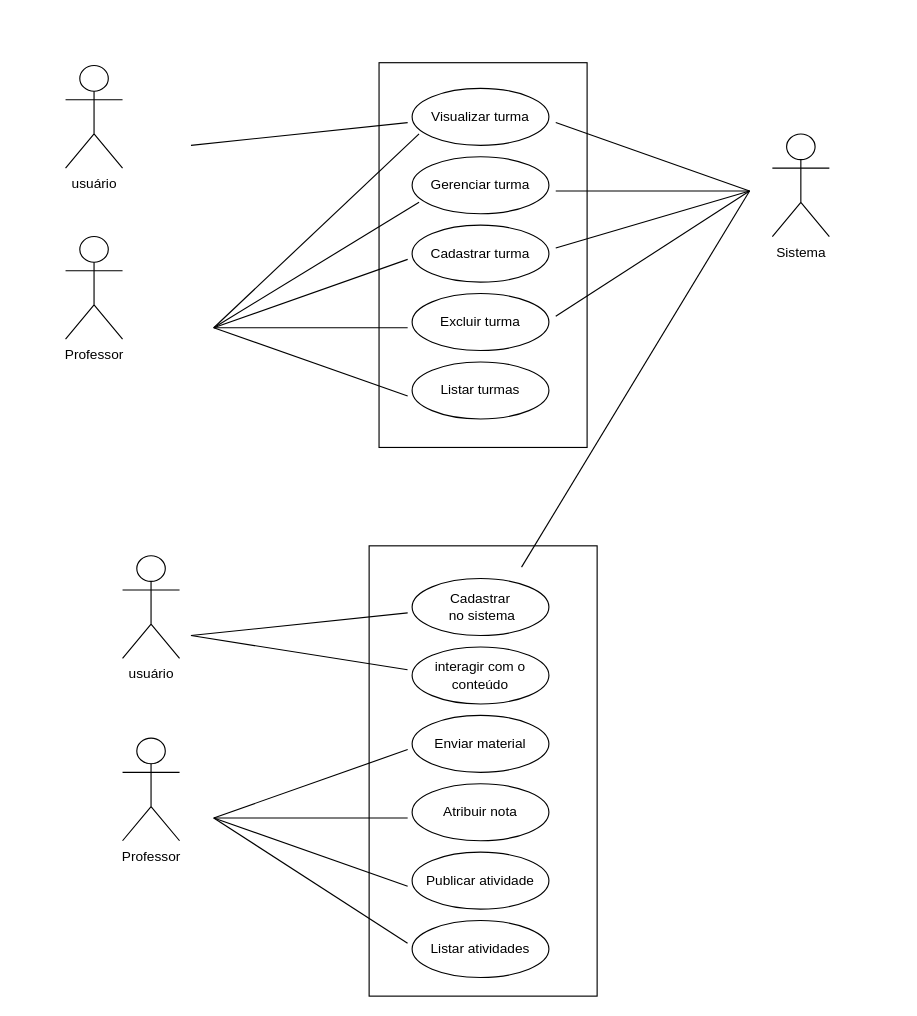
Above: page "Página-1" (1 of 2) of Diagrama sem nome.drawio in Marialeticia06/tutorial-crud-api (draw.io), before the change. Source tidied: cells renumbered, new cells numbered last; positions are measured from the earlier drawing's top-left corner, leaving out a move shared by most shapes. Both pictures are drawn from the tidied source at 114%, with x=0, y=0 at pixel (65, 65).
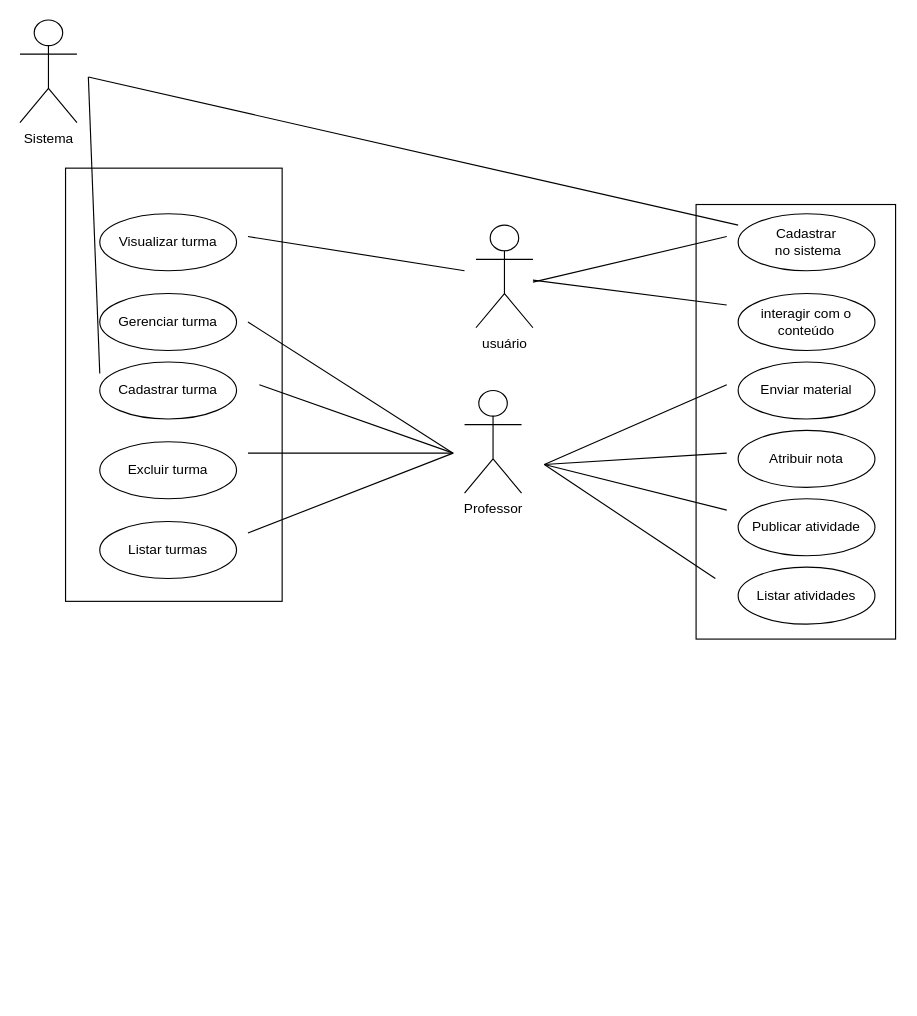
The same page after the edit.

Diff of the diagram source:
```diff
@@
     <mxCell id="2" value="&lt;div style=&quot;&quot;&gt;&lt;br&gt;&lt;/div&gt;&lt;div style=&quot;&quot;&gt;Visualizar turma&lt;/div&gt;&lt;div style=&quot;&quot;&gt;&lt;br&gt;&lt;/div&gt;" style="ellipse;whiteSpace=wrap;html=1;fillColor=none;align=center;" parent="1" vertex="1">
-      <mxGeometry x="304" y="20" width="120" height="50" as="geometry" />
+      <mxGeometry x="30" y="130" width="120" height="50" as="geometry" />
     </mxCell>
     <mxCell id="3" value="&lt;div style=&quot;&quot;&gt;&lt;span style=&quot;background-color: initial;&quot;&gt;Gerenciar turma&lt;/span&gt;&lt;br&gt;&lt;/div&gt;" style="ellipse;whiteSpace=wrap;html=1;fillColor=none;align=center;" parent="1" vertex="1">
-      <mxGeometry x="304" y="80" width="120" height="50" as="geometry" />
+      <mxGeometry x="30" y="200" width="120" height="50" as="geometry" />
     </mxCell>
     <mxCell id="4" value="&lt;div style=&quot;&quot;&gt;&lt;font&gt;Cadastrar turma&lt;/font&gt;&lt;br&gt;&lt;/div&gt;" style="ellipse;whiteSpace=wrap;html=1;fillColor=none;align=center;" parent="1" vertex="1">
-      <mxGeometry x="304" y="140" width="120" height="50" as="geometry" />
+      <mxGeometry x="30" y="260" width="120" height="50" as="geometry" />
     </mxCell>
     <mxCell id="5" value="&lt;div style=&quot;&quot;&gt;&lt;div&gt;&lt;br&gt;&lt;/div&gt;&lt;div&gt;Excluir turma&lt;/div&gt;&lt;div&gt;&lt;br&gt;&lt;/div&gt;&lt;/div&gt;" style="ellipse;whiteSpace=wrap;html=1;fillColor=none;align=center;" parent="1" vertex="1">
-      <mxGeometry x="304" y="200" width="120" height="50" as="geometry" />
+      <mxGeometry x="30" y="330" width="120" height="50" as="geometry" />
     </mxCell>
     <mxCell id="6" value="&lt;div style=&quot;&quot;&gt;&lt;div&gt;&lt;span style=&quot;background-color: initial;&quot;&gt;Listar turmas&lt;/span&gt;&lt;br&gt;&lt;/div&gt;&lt;/div&gt;" style="ellipse;whiteSpace=wrap;html=1;fillColor=none;align=center;" parent="1" vertex="1">
-      <mxGeometry x="304" y="260" width="120" height="50" as="geometry" />
+      <mxGeometry x="30" y="400" width="120" height="50" as="geometry" />
     </mxCell>
     <mxCell id="7" value="usuário" style="shape=umlActor;verticalLabelPosition=bottom;verticalAlign=top;html=1;outlineConnect=0;" parent="1" vertex="1">
-      <mxGeometry width="50" height="90" as="geometry" />
+      <mxGeometry x="360" y="140" width="50" height="90" as="geometry" />
     </mxCell>
-    <mxCell id="8" style="endArrow=none;html=1;rounded=0;entryX=0.876;entryY=0.183;entryDx=0;entryDy=0;entryPerimeter=0;" parent="1" edge="1">
-      <mxGeometry relative="1" as="geometry">
-        <mxPoint x="110" y="70" as="sourcePoint" />
-        <mxPoint x="300.1" y="50.1" as="targetPoint" />
-      </mxGeometry>
-    </mxCell>
     <mxCell id="9" value="Professor" style="shape=umlActor;verticalLabelPosition=bottom;verticalAlign=top;html=1;" parent="1" vertex="1">
-      <mxGeometry y="150" width="50" height="90" as="geometry" />
+      <mxGeometry x="350" y="285" width="50" height="90" as="geometry" />
     </mxCell>
-    <mxCell id="10" style="endArrow=none;html=1;rounded=0;exitX=0.845;exitY=0.233;exitDx=0;exitDy=0;exitPerimeter=0;" parent="1" edge="1">
-      <mxGeometry relative="1" as="geometry">
-        <mxPoint x="310.1" y="59.9" as="sourcePoint" />
-        <mxPoint x="130" y="230" as="targetPoint" />
-      </mxGeometry>
-    </mxCell>
-    <mxCell id="11" style="endArrow=none;html=1;rounded=0;exitX=0.657;exitY=0.233;exitDx=0;exitDy=0;exitPerimeter=0;" parent="1" edge="1">
-      <mxGeometry relative="1" as="geometry">
-        <mxPoint x="310.1" y="119.9" as="sourcePoint" />
-        <mxPoint x="130" y="230" as="targetPoint" />
-      </mxGeometry>
-    </mxCell>
-    <mxCell id="12" style="endArrow=none;html=1;rounded=0;exitX=0.5;exitY=0.183;exitDx=0;exitDy=0;exitPerimeter=0;" parent="1" edge="1">
-      <mxGeometry relative="1" as="geometry">
-        <mxPoint x="300.1" y="170" as="sourcePoint" />
-        <mxPoint x="130" y="230" as="targetPoint" />
-      </mxGeometry>
-    </mxCell>
-    <mxCell id="13" style="endArrow=none;html=1;rounded=0;exitX=0.312;exitY=0.183;exitDx=0;exitDy=0;exitPerimeter=0;" parent="1" edge="1">
-      <mxGeometry relative="1" as="geometry">
-        <mxPoint x="300.1" y="230" as="sourcePoint" />
-        <mxPoint x="130" y="230" as="targetPoint" />
-      </mxGeometry>
-    </mxCell>
-    <mxCell id="14" style="endArrow=none;html=1;rounded=0;exitX=0.124;exitY=0.183;exitDx=0;exitDy=0;exitPerimeter=0;" parent="1" edge="1">
-      <mxGeometry relative="1" as="geometry">
-        <mxPoint x="300.1" y="289.9" as="sourcePoint" />
-        <mxPoint x="130" y="230" as="targetPoint" />
-      </mxGeometry>
-    </mxCell>
     <mxCell id="15" value="Sistema" style="shape=umlActor;verticalLabelPosition=bottom;verticalAlign=top;html=1;" parent="1" vertex="1">
-      <mxGeometry x="620" y="60" width="50" height="90" as="geometry" />
+      <mxGeometry x="-40" y="-40" width="50" height="90" as="geometry" />
     </mxCell>
-    <mxCell id="16" style="endArrow=none;html=1;rounded=0;" parent="1" edge="1">
-      <mxGeometry relative="1" as="geometry">
-        <mxPoint x="430" y="50" as="sourcePoint" />
-        <mxPoint x="600" y="110" as="targetPoint" />
-      </mxGeometry>
-    </mxCell>
-    <mxCell id="17" style="endArrow=none;html=1;rounded=0;" parent="1" edge="1">
-      <mxGeometry relative="1" as="geometry">
-        <mxPoint x="430" y="110" as="sourcePoint" />
-        <mxPoint x="600" y="110" as="targetPoint" />
-      </mxGeometry>
-    </mxCell>
-    <mxCell id="18" style="endArrow=none;html=1;rounded=0;" parent="1" edge="1">
-      <mxGeometry relative="1" as="geometry">
-        <mxPoint x="430" y="160" as="sourcePoint" />
-        <mxPoint x="600" y="110" as="targetPoint" />
-      </mxGeometry>
-    </mxCell>
-    <mxCell id="19" style="endArrow=none;html=1;rounded=0;" parent="1" edge="1">
-      <mxGeometry relative="1" as="geometry">
-        <mxPoint x="430" y="220" as="sourcePoint" />
-        <mxPoint x="600" y="110" as="targetPoint" />
-      </mxGeometry>
-    </mxCell>
-    <mxCell id="20" style="rounded=0;whiteSpace=wrap;html=1;rotation=-90;fillColor=none;" parent="1" vertex="1">
-      <mxGeometry x="197.5" y="75" width="337.5" height="182.5" as="geometry" />
-    </mxCell>
     <mxCell id="21" value="&lt;div style=&quot;&quot;&gt;&lt;br&gt;&lt;/div&gt;&lt;div style=&quot;&quot;&gt;&lt;div&gt;Cadastrar&lt;/div&gt;&lt;div&gt;&amp;nbsp;no sistema&lt;/div&gt;&lt;div&gt;&lt;br&gt;&lt;/div&gt;&lt;/div&gt;" style="ellipse;whiteSpace=wrap;html=1;fillColor=none;align=center;" parent="1" vertex="1">
-      <mxGeometry x="304" y="450" width="120" height="50" as="geometry" />
+      <mxGeometry x="590" y="130" width="120" height="50" as="geometry" />
     </mxCell>
     <mxCell id="22" value="&lt;div style=&quot;&quot;&gt;&lt;div&gt;&lt;br&gt;&lt;/div&gt;&lt;div&gt;interagir com o conteúdo&lt;/div&gt;&lt;div&gt;&lt;br&gt;&lt;/div&gt;&lt;/div&gt;" style="ellipse;whiteSpace=wrap;html=1;fillColor=none;align=center;" parent="1" vertex="1">
-      <mxGeometry x="304" y="510" width="120" height="50" as="geometry" />
+      <mxGeometry x="590" y="200" width="120" height="50" as="geometry" />
     </mxCell>
     <mxCell id="23" value="&lt;div style=&quot;&quot;&gt;&lt;div&gt;&lt;br&gt;&lt;/div&gt;&lt;div&gt;Enviar material&lt;/div&gt;&lt;div&gt;&lt;br&gt;&lt;/div&gt;&lt;/div&gt;" style="ellipse;whiteSpace=wrap;html=1;fillColor=none;align=center;" parent="1" vertex="1">
-      <mxGeometry x="304" y="570" width="120" height="50" as="geometry" />
+      <mxGeometry x="590" y="260" width="120" height="50" as="geometry" />
     </mxCell>
     <mxCell id="24" value="&lt;div style=&quot;&quot;&gt;&lt;div&gt;&lt;span style=&quot;background-color: initial;&quot;&gt;Atribuir nota&lt;/span&gt;&lt;br&gt;&lt;/div&gt;&lt;/div&gt;" style="ellipse;whiteSpace=wrap;html=1;fillColor=none;align=center;" parent="1" vertex="1">
-      <mxGeometry x="304" y="630" width="120" height="50" as="geometry" />
+      <mxGeometry x="590" y="320" width="120" height="50" as="geometry" />
     </mxCell>
     <mxCell id="25" value="&lt;div style=&quot;&quot;&gt;&lt;div&gt;Publicar atividade&lt;br&gt;&lt;/div&gt;&lt;/div&gt;" style="ellipse;whiteSpace=wrap;html=1;fillColor=none;align=center;" parent="1" vertex="1">
-      <mxGeometry x="304" y="690" width="120" height="50" as="geometry" />
+      <mxGeometry x="590" y="380" width="120" height="50" as="geometry" />
     </mxCell>
-    <mxCell id="26" value="usuário" style="shape=umlActor;verticalLabelPosition=bottom;verticalAlign=top;html=1;" parent="1" vertex="1">
-      <mxGeometry x="50" y="430" width="50" height="90" as="geometry" />
-    </mxCell>
-    <mxCell id="27" style="endArrow=none;html=1;rounded=0;entryX=0.876;entryY=0.183;entryDx=0;entryDy=0;entryPerimeter=0;" parent="1" edge="1">
-      <mxGeometry relative="1" as="geometry">
-        <mxPoint x="110" y="500" as="sourcePoint" />
-        <mxPoint x="300.1" y="480.1" as="targetPoint" />
-      </mxGeometry>
-    </mxCell>
-    <mxCell id="28" value="Professor" style="shape=umlActor;verticalLabelPosition=bottom;verticalAlign=top;html=1;" parent="1" vertex="1">
-      <mxGeometry x="50" y="590" width="50" height="90" as="geometry" />
-    </mxCell>
-    <mxCell id="29" style="endArrow=none;html=1;rounded=0;exitX=0.5;exitY=0.183;exitDx=0;exitDy=0;exitPerimeter=0;" parent="1" edge="1">
-      <mxGeometry relative="1" as="geometry">
-        <mxPoint x="300.1" y="600" as="sourcePoint" />
-        <mxPoint x="130" y="660" as="targetPoint" />
-      </mxGeometry>
-    </mxCell>
-    <mxCell id="30" style="endArrow=none;html=1;rounded=0;exitX=0.312;exitY=0.183;exitDx=0;exitDy=0;exitPerimeter=0;" parent="1" edge="1">
-      <mxGeometry relative="1" as="geometry">
-        <mxPoint x="300.1" y="660" as="sourcePoint" />
-        <mxPoint x="130" y="660" as="targetPoint" />
-      </mxGeometry>
-    </mxCell>
-    <mxCell id="31" style="endArrow=none;html=1;rounded=0;exitX=0.124;exitY=0.183;exitDx=0;exitDy=0;exitPerimeter=0;" parent="1" edge="1">
-      <mxGeometry relative="1" as="geometry">
-        <mxPoint x="300.1" y="719.9" as="sourcePoint" />
-        <mxPoint x="130" y="660" as="targetPoint" />
-      </mxGeometry>
-    </mxCell>
-    <mxCell id="32" style="endArrow=none;html=1;rounded=0;" parent="1" edge="1">
-      <mxGeometry relative="1" as="geometry">
-        <mxPoint x="400" y="440" as="sourcePoint" />
-        <mxPoint x="600" y="110" as="targetPoint" />
-      </mxGeometry>
-    </mxCell>
-    <mxCell id="33" style="rounded=0;whiteSpace=wrap;html=1;rotation=-90;fillColor=none;" parent="1" vertex="1">
-      <mxGeometry x="168.8" y="518.8" width="395" height="200" as="geometry" />
-    </mxCell>
     <mxCell id="34" value="&lt;div style=&quot;&quot;&gt;&lt;div&gt;Listar atividades&lt;br&gt;&lt;/div&gt;&lt;/div&gt;" style="ellipse;whiteSpace=wrap;html=1;fillColor=none;align=center;" parent="1" vertex="1">
-      <mxGeometry x="304" y="750" width="120" height="50" as="geometry" />
+      <mxGeometry x="590" y="440" width="120" height="50" as="geometry" />
     </mxCell>
-    <mxCell id="35" style="endArrow=none;html=1;rounded=0;" parent="1" edge="1">
-      <mxGeometry relative="1" as="geometry">
-        <mxPoint x="300" y="770" as="sourcePoint" />
-        <mxPoint x="130" y="660" as="targetPoint" />
-      </mxGeometry>
-    </mxCell>
-    <mxCell id="36" style="endArrow=none;html=1;rounded=0;" parent="1" edge="1">
-      <mxGeometry relative="1" as="geometry">
-        <mxPoint x="110" y="500" as="sourcePoint" />
-        <mxPoint x="300" y="530" as="targetPoint" />
-      </mxGeometry>
-    </mxCell>
+    <mxCell id="37" style="endArrow=none;html=1;rounded=0;" parent="1" edge="1" source="7">
+      <mxGeometry relative="1" as="geometry">
+        <mxPoint x="580" y="210" as="targetPoint" />
+      </mxGeometry>
+    </mxCell>
+    <mxCell id="38" style="endArrow=none;html=1;rounded=0;" parent="1" edge="1">
+      <mxGeometry relative="1" as="geometry">
+        <mxPoint x="410" y="190" as="sourcePoint" />
+        <mxPoint x="580" y="150" as="targetPoint" />
+      </mxGeometry>
+    </mxCell>
+    <mxCell id="39" style="endArrow=none;html=1;rounded=0;" parent="1" edge="1">
+      <mxGeometry relative="1" as="geometry">
+        <mxPoint x="160" y="150" as="sourcePoint" />
+        <mxPoint x="350" y="180" as="targetPoint" />
+      </mxGeometry>
+    </mxCell>
+    <mxCell id="40" style="endArrow=none;html=1;rounded=0;" parent="1" edge="1">
+      <mxGeometry relative="1" as="geometry">
+        <mxPoint x="160" y="225" as="sourcePoint" />
+        <mxPoint x="340" y="340" as="targetPoint" />
+      </mxGeometry>
+    </mxCell>
+    <mxCell id="41" style="endArrow=none;html=1;rounded=0;" parent="1" edge="1">
+      <mxGeometry relative="1" as="geometry">
+        <mxPoint x="580" y="280" as="sourcePoint" />
+        <mxPoint x="420" y="350" as="targetPoint" />
+      </mxGeometry>
+    </mxCell>
+    <mxCell id="42" style="endArrow=none;html=1;rounded=0;" parent="1" edge="1">
+      <mxGeometry relative="1" as="geometry">
+        <mxPoint x="580" y="340" as="sourcePoint" />
+        <mxPoint x="420" y="350" as="targetPoint" />
+      </mxGeometry>
+    </mxCell>
+    <mxCell id="43" style="endArrow=none;html=1;rounded=0;" parent="1" edge="1">
+      <mxGeometry relative="1" as="geometry">
+        <mxPoint x="580" y="390" as="sourcePoint" />
+        <mxPoint x="420" y="350" as="targetPoint" />
+      </mxGeometry>
+    </mxCell>
+    <mxCell id="44" style="endArrow=none;html=1;rounded=0;" parent="1" edge="1">
+      <mxGeometry relative="1" as="geometry">
+        <mxPoint x="570" y="450" as="sourcePoint" />
+        <mxPoint x="420" y="350" as="targetPoint" />
+      </mxGeometry>
+    </mxCell>
+    <mxCell id="45" style="endArrow=none;html=1;rounded=0;" parent="1" edge="1">
+      <mxGeometry relative="1" as="geometry">
+        <mxPoint x="170" y="280" as="sourcePoint" />
+        <mxPoint x="340" y="340" as="targetPoint" />
+      </mxGeometry>
+    </mxCell>
+    <mxCell id="46" style="endArrow=none;html=1;rounded=0;" parent="1" edge="1">
+      <mxGeometry relative="1" as="geometry">
+        <mxPoint x="160" y="340" as="sourcePoint" />
+        <mxPoint x="340" y="340" as="targetPoint" />
+      </mxGeometry>
+    </mxCell>
+    <mxCell id="47" style="endArrow=none;html=1;rounded=0;" parent="1" edge="1">
+      <mxGeometry relative="1" as="geometry">
+        <mxPoint x="160" y="410" as="sourcePoint" />
+        <mxPoint x="340" y="340" as="targetPoint" />
+      </mxGeometry>
+    </mxCell>
+    <mxCell id="48" style="rounded=0;whiteSpace=wrap;html=1;rotation=-90;fillColor=none;" parent="1" vertex="1">
+      <mxGeometry x="-95" y="185" width="380" height="190" as="geometry" />
+    </mxCell>
+    <mxCell id="49" style="rounded=0;whiteSpace=wrap;html=1;rotation=-90;fillColor=none;" parent="1" vertex="1">
+      <mxGeometry x="450" y="225" width="381.2" height="175" as="geometry" />
+    </mxCell>
+    <mxCell id="50" style="endArrow=none;html=1;rounded=0;entryX=0.526;entryY=0.158;entryDx=0;entryDy=0;entryPerimeter=0;" parent="1" edge="1" target="48">
+      <mxGeometry relative="1" as="geometry">
+        <mxPoint x="20" y="10" as="sourcePoint" />
+      </mxGeometry>
+    </mxCell>
+    <mxCell id="51" style="endArrow=none;html=1;rounded=0;" parent="1" edge="1">
+      <mxGeometry relative="1" as="geometry">
+        <mxPoint x="20" y="10" as="sourcePoint" />
+        <mxPoint x="590" y="140" as="targetPoint" />
+      </mxGeometry>
+    </mxCell>
```
